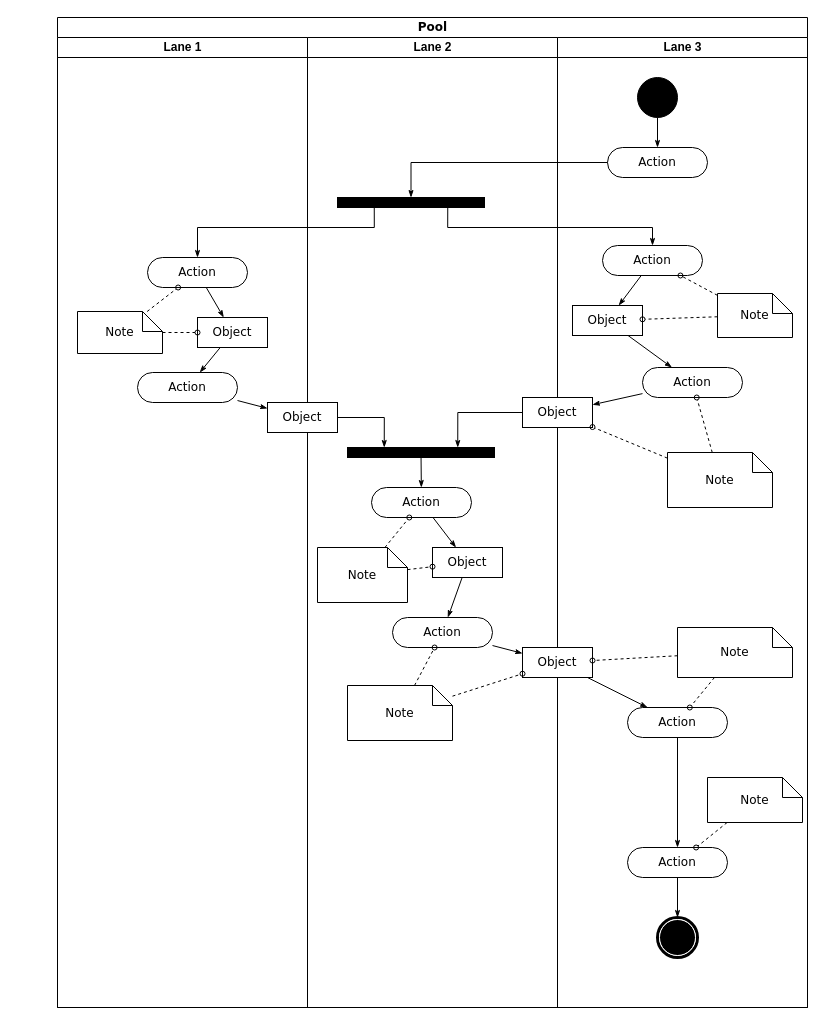
The draw.io diagram 统一平台.drawio in echohawkOuyang/NiceToMeetYou, before the edit. Source tidied: cells renumbered, new cells numbered last; positions are measured from the earlier drawing's top-left corner, leaving out a move shared by most shapes. Both pictures are drawn from the tidied source at 100%, with x=0, y=0 at pixel (57, 17).
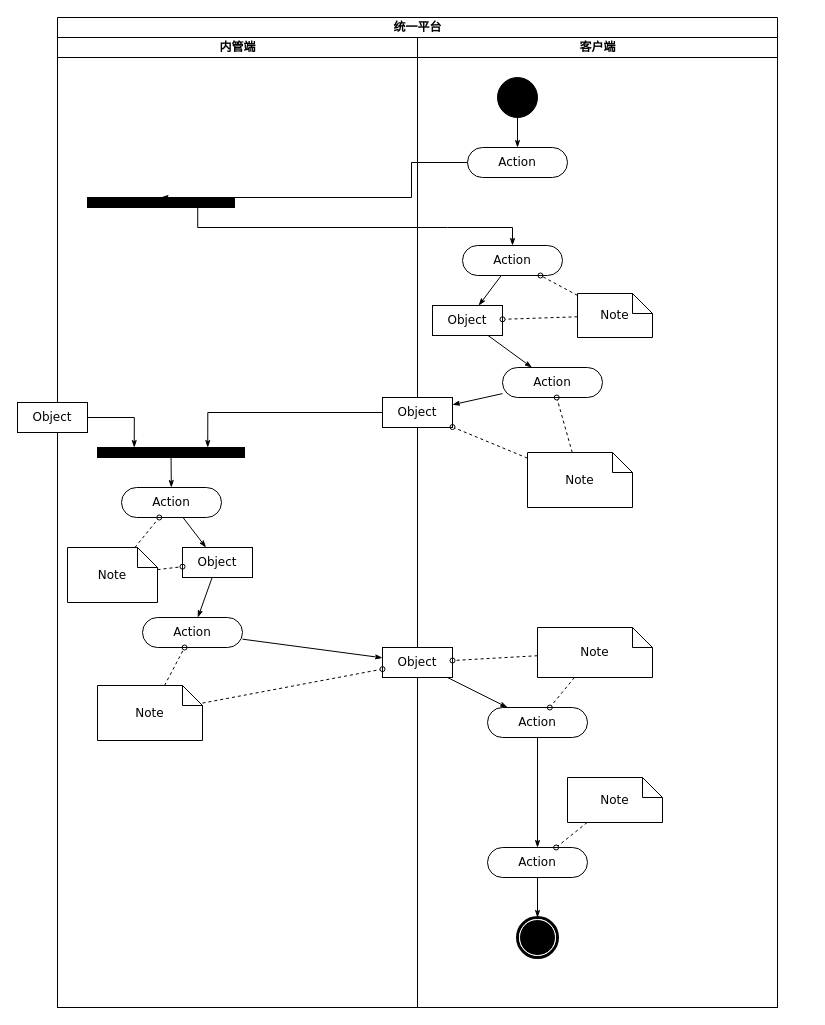
The same page after the edit.

Commit message:
更新统一平台.drawio

The change refers to these unchanged cells:
```xml
<mxCell id="13" style="whiteSpace=wrap;html=1;rounded=0;shadow=0;comic=0;labelBackgroundColor=none;strokeWidth=1;fillColor=#000000;fontFamily=Verdana;fontSize=12;align=center;rotation=0;" parent="12" vertex="1">
  <mxGeometry x="30" y="160" width="147" height="10" as="geometry" />
</mxCell>
<mxCell id="17" style="whiteSpace=wrap;html=1;rounded=0;shadow=0;comic=0;labelBackgroundColor=none;strokeWidth=1;fillColor=#000000;fontFamily=Verdana;fontSize=12;align=center;rotation=0;" parent="12" vertex="1">
  <mxGeometry x="40" y="410" width="147" height="10" as="geometry" />
</mxCell>
<mxCell id="19" value="Object" style="rounded=0;whiteSpace=wrap;html=1;shadow=0;comic=0;labelBackgroundColor=none;strokeWidth=1;fontFamily=Verdana;fontSize=12;align=center;arcSize=50;" parent="12" vertex="1">
  <mxGeometry x="-40" y="365" width="70" height="30" as="geometry" />
</mxCell>
<mxCell id="22" value="Action" style="rounded=1;whiteSpace=wrap;html=1;shadow=0;comic=0;labelBackgroundColor=none;strokeWidth=1;fontFamily=Verdana;fontSize=12;align=center;arcSize=50;" parent="12" vertex="1">
  <mxGeometry x="85" y="580" width="100" height="30" as="geometry" />
</mxCell>
<mxCell id="27" value="Note" style="shape=note;whiteSpace=wrap;html=1;rounded=0;shadow=0;comic=0;labelBackgroundColor=none;strokeWidth=1;fontFamily=Verdana;fontSize=12;align=center;size=20;" parent="12" vertex="1">
  <mxGeometry x="40" y="648" width="105" height="55" as="geometry" />
</mxCell>
<mxCell id="31" value="Action" style="rounded=1;whiteSpace=wrap;html=1;shadow=0;comic=0;labelBackgroundColor=none;strokeWidth=1;fontFamily=Verdana;fontSize=12;align=center;arcSize=50;" parent="28" vertex="1">
  <mxGeometry x="50" y="110" width="100" height="30" as="geometry" />
</mxCell>
<mxCell id="33" value="Action" style="rounded=1;whiteSpace=wrap;html=1;shadow=0;comic=0;labelBackgroundColor=none;strokeWidth=1;fontFamily=Verdana;fontSize=12;align=center;arcSize=50;" parent="28" vertex="1">
  <mxGeometry x="45" y="208" width="100" height="30" as="geometry" />
</mxCell>
<mxCell id="38" value="Object" style="rounded=0;whiteSpace=wrap;html=1;shadow=0;comic=0;labelBackgroundColor=none;strokeWidth=1;fontFamily=Verdana;fontSize=12;align=center;arcSize=50;" parent="28" vertex="1">
  <mxGeometry x="-35" y="360" width="70" height="30" as="geometry" />
</mxCell>
<mxCell id="40" value="Object" style="rounded=0;whiteSpace=wrap;html=1;shadow=0;comic=0;labelBackgroundColor=none;strokeWidth=1;fontFamily=Verdana;fontSize=12;align=center;arcSize=50;" parent="28" vertex="1">
  <mxGeometry x="-35" y="610" width="70" height="30" as="geometry" />
</mxCell>
```

The edit, as a diff of the source:
```diff
@@
-    <mxCell id="2" value="Pool" style="swimlane;html=1;startSize=20;rounded=0;shadow=0;comic=0;labelBackgroundColor=none;strokeWidth=1;fontFamily=Verdana;fontSize=12;align=center;" parent="1" vertex="1">
-      <mxGeometry width="750" height="990" as="geometry" />
+    <mxCell id="2" value="统一平台" style="swimlane;html=1;startSize=20;rounded=0;shadow=0;comic=0;labelBackgroundColor=none;strokeWidth=1;fontFamily=Verdana;fontSize=12;align=center;" parent="1" vertex="1">
+      <mxGeometry width="720" height="990" as="geometry" />
     </mxCell>
-    <mxCell id="3" value="Lane 1" style="swimlane;html=1;startSize=20;" parent="2" vertex="1">
-      <mxGeometry y="20" width="250" height="970" as="geometry" />
-    </mxCell>
-    <mxCell id="4" style="edgeStyle=none;rounded=0;html=1;labelBackgroundColor=none;startArrow=none;startFill=0;startSize=5;endArrow=classicThin;endFill=1;endSize=5;jettySize=auto;strokeWidth=1;fontFamily=Verdana;fontSize=12;" parent="3" edge="1" source="5" target="8">
-      <mxGeometry relative="1" as="geometry" />
-    </mxCell>
-    <mxCell id="5" value="Action" style="rounded=1;whiteSpace=wrap;html=1;shadow=0;comic=0;labelBackgroundColor=none;strokeWidth=1;fontFamily=Verdana;fontSize=12;align=center;arcSize=50;" parent="3" vertex="1">
-      <mxGeometry x="90" y="220" width="100" height="30" as="geometry" />
-    </mxCell>
-    <mxCell id="6" value="Action" style="rounded=1;whiteSpace=wrap;html=1;shadow=0;comic=0;labelBackgroundColor=none;strokeWidth=1;fontFamily=Verdana;fontSize=12;align=center;arcSize=50;" parent="3" vertex="1">
-      <mxGeometry x="80" y="335" width="100" height="30" as="geometry" />
-    </mxCell>
-    <mxCell id="7" style="edgeStyle=none;rounded=0;html=1;labelBackgroundColor=none;startArrow=none;startFill=0;startSize=5;endArrow=classicThin;endFill=1;endSize=5;jettySize=auto;strokeWidth=1;fontFamily=Verdana;fontSize=12;" parent="3" edge="1" source="8" target="6">
-      <mxGeometry relative="1" as="geometry" />
-    </mxCell>
-    <mxCell id="8" value="Object" style="rounded=0;whiteSpace=wrap;html=1;shadow=0;comic=0;labelBackgroundColor=none;strokeWidth=1;fontFamily=Verdana;fontSize=12;align=center;arcSize=50;" parent="3" vertex="1">
-      <mxGeometry x="140" y="280" width="70" height="30" as="geometry" />
-    </mxCell>
-    <mxCell id="9" style="edgeStyle=none;rounded=0;html=1;labelBackgroundColor=none;startArrow=none;startFill=0;startSize=5;endArrow=oval;endFill=0;endSize=5;jettySize=auto;strokeWidth=1;fontFamily=Verdana;fontSize=12;dashed=1;" parent="3" edge="1" source="11" target="5">
-      <mxGeometry relative="1" as="geometry" />
-    </mxCell>
-    <mxCell id="10" style="edgeStyle=none;rounded=0;html=1;dashed=1;labelBackgroundColor=none;startArrow=none;startFill=0;startSize=5;endArrow=oval;endFill=0;endSize=5;jettySize=auto;strokeWidth=1;fontFamily=Verdana;fontSize=12;" parent="3" edge="1" source="11" target="8">
-      <mxGeometry relative="1" as="geometry" />
-    </mxCell>
-    <mxCell id="11" value="Note" style="shape=note;whiteSpace=wrap;html=1;rounded=0;shadow=0;comic=0;labelBackgroundColor=none;strokeWidth=1;fontFamily=Verdana;fontSize=12;align=center;size=20;" parent="3" vertex="1">
-      <mxGeometry x="20" y="274" width="85" height="42" as="geometry" />
-    </mxCell>
-    <mxCell id="12" value="Lane 2" style="swimlane;html=1;startSize=20;" parent="2" vertex="1">
-      <mxGeometry x="250" y="20" width="250" height="970" as="geometry" />
+    <mxCell id="12" value="内管端" style="swimlane;html=1;startSize=20;" parent="2" vertex="1">
+      <mxGeometry y="20" width="360" height="970" as="geometry" />
     </mxCell>
@@
-    <mxCell id="28" value="Lane 3" style="swimlane;html=1;startSize=20;" parent="2" vertex="1">
-      <mxGeometry x="500" y="20" width="250" height="970" as="geometry" />
+    <mxCell id="28" value="客户端" style="swimlane;html=1;startSize=20;" parent="1" vertex="1">
+      <mxGeometry x="360" y="20" width="360" height="970" as="geometry" />
     </mxCell>
@@
-    <mxCell id="57" style="edgeStyle=orthogonalEdgeStyle;rounded=0;html=1;entryX=0.5;entryY=0;labelBackgroundColor=none;startArrow=none;startFill=0;startSize=5;endArrow=classicThin;endFill=1;endSize=5;jettySize=auto;strokeWidth=1;fontFamily=Verdana;fontSize=12;" parent="2" edge="1" source="31" target="13">
+    <mxCell id="57" style="edgeStyle=orthogonalEdgeStyle;rounded=0;html=1;entryX=0.5;entryY=0;labelBackgroundColor=none;startArrow=none;startFill=0;startSize=5;endArrow=classicThin;endFill=1;endSize=5;jettySize=auto;strokeWidth=1;fontFamily=Verdana;fontSize=12;" parent="1" edge="1" source="31" target="13">
       <mxGeometry relative="1" as="geometry">
         <Array as="points">
           <mxPoint x="354" y="145" />
         </Array>
       </mxGeometry>
     </mxCell>
-    <mxCell id="58" style="edgeStyle=orthogonalEdgeStyle;rounded=0;html=1;exitX=0.75;exitY=1;labelBackgroundColor=none;startArrow=none;startFill=0;startSize=5;endArrow=classicThin;endFill=1;endSize=5;jettySize=auto;strokeWidth=1;fontFamily=Verdana;fontSize=12;" parent="2" edge="1" source="13" target="33">
+    <mxCell id="58" style="edgeStyle=orthogonalEdgeStyle;rounded=0;html=1;exitX=0.75;exitY=1;labelBackgroundColor=none;startArrow=none;startFill=0;startSize=5;endArrow=classicThin;endFill=1;endSize=5;jettySize=auto;strokeWidth=1;fontFamily=Verdana;fontSize=12;" parent="1" edge="1" source="13" target="33">
       <mxGeometry relative="1" as="geometry">
         <Array as="points">
           <mxPoint x="390" y="210" />
           <mxPoint x="595" y="210" />
         </Array>
       </mxGeometry>
     </mxCell>
-    <mxCell id="59" style="edgeStyle=orthogonalEdgeStyle;rounded=0;html=1;exitX=0.25;exitY=1;entryX=0.5;entryY=0;labelBackgroundColor=none;startArrow=none;startFill=0;startSize=5;endArrow=classicThin;endFill=1;endSize=5;jettySize=auto;strokeWidth=1;fontFamily=Verdana;fontSize=12;" parent="2" edge="1" source="13" target="5">
-      <mxGeometry relative="1" as="geometry">
-        <Array as="points">
-          <mxPoint x="317" y="210" />
-          <mxPoint x="140" y="210" />
-        </Array>
-      </mxGeometry>
-    </mxCell>
-    <mxCell id="60" style="edgeStyle=orthogonalEdgeStyle;rounded=0;html=1;entryX=0.75;entryY=0;labelBackgroundColor=none;startArrow=none;startFill=0;startSize=5;endArrow=classicThin;endFill=1;endSize=5;jettySize=auto;strokeWidth=1;fontFamily=Verdana;fontSize=12;" parent="2" edge="1" source="38" target="17">
+    <mxCell id="60" style="edgeStyle=orthogonalEdgeStyle;rounded=0;html=1;entryX=0.75;entryY=0;labelBackgroundColor=none;startArrow=none;startFill=0;startSize=5;endArrow=classicThin;endFill=1;endSize=5;jettySize=auto;strokeWidth=1;fontFamily=Verdana;fontSize=12;" parent="1" edge="1" source="38" target="17">
       <mxGeometry relative="1" as="geometry" />
     </mxCell>
-    <mxCell id="61" style="edgeStyle=none;rounded=0;html=1;labelBackgroundColor=none;startArrow=none;startFill=0;startSize=5;endArrow=classicThin;endFill=1;endSize=5;jettySize=auto;strokeWidth=1;fontFamily=Verdana;fontSize=12;" parent="2" edge="1" source="6" target="19">
-      <mxGeometry relative="1" as="geometry" />
-    </mxCell>
-    <mxCell id="62" style="edgeStyle=none;rounded=0;html=1;labelBackgroundColor=none;startArrow=none;startFill=0;startSize=5;endArrow=classicThin;endFill=1;endSize=5;jettySize=auto;strokeWidth=1;fontFamily=Verdana;fontSize=12;" parent="2" edge="1" source="22" target="40">
+    <mxCell id="62" style="edgeStyle=none;rounded=0;html=1;labelBackgroundColor=none;startArrow=none;startFill=0;startSize=5;endArrow=classicThin;endFill=1;endSize=5;jettySize=auto;strokeWidth=1;fontFamily=Verdana;fontSize=12;" parent="1" edge="1" source="22" target="40">
       <mxGeometry relative="1" as="geometry" />
     </mxCell>
-    <mxCell id="63" style="edgeStyle=none;rounded=0;html=1;dashed=1;labelBackgroundColor=none;startArrow=none;startFill=0;startSize=5;endArrow=oval;endFill=0;endSize=5;jettySize=auto;strokeWidth=1;fontFamily=Verdana;fontSize=12;" parent="2" edge="1" source="27" target="40">
+    <mxCell id="63" style="edgeStyle=none;rounded=0;html=1;dashed=1;labelBackgroundColor=none;startArrow=none;startFill=0;startSize=5;endArrow=oval;endFill=0;endSize=5;jettySize=auto;strokeWidth=1;fontFamily=Verdana;fontSize=12;" parent="1" edge="1" source="27" target="40">
       <mxGeometry relative="1" as="geometry" />
     </mxCell>
```
